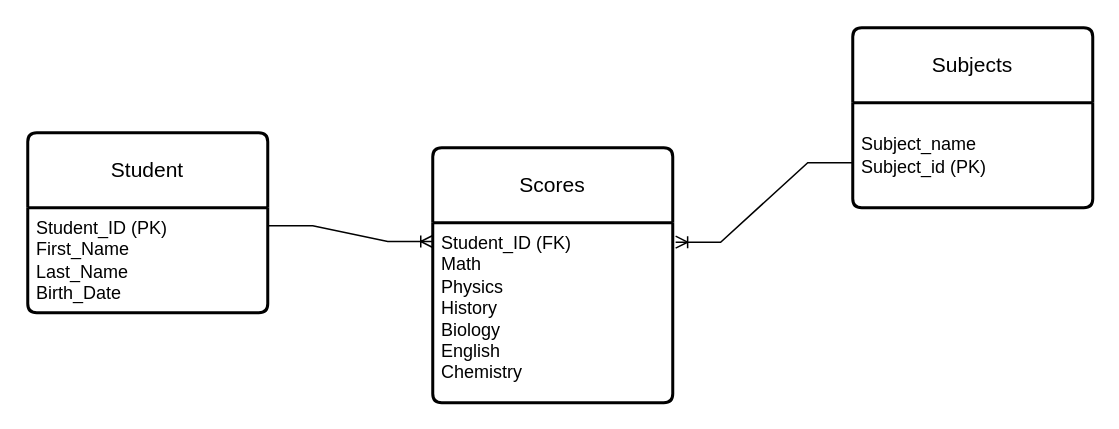
The draw.io diagram src/SQL/ER-Diagram.drawio in nhahub/NHA-114, before the edit. Source tidied: cells renumbered, new cells numbered last; positions are measured from the earlier drawing's top-left corner, leaving out a move shared by most shapes. Both pictures are drawn from the tidied source at 150%, with x=0, y=0 at pixel (27, 27).
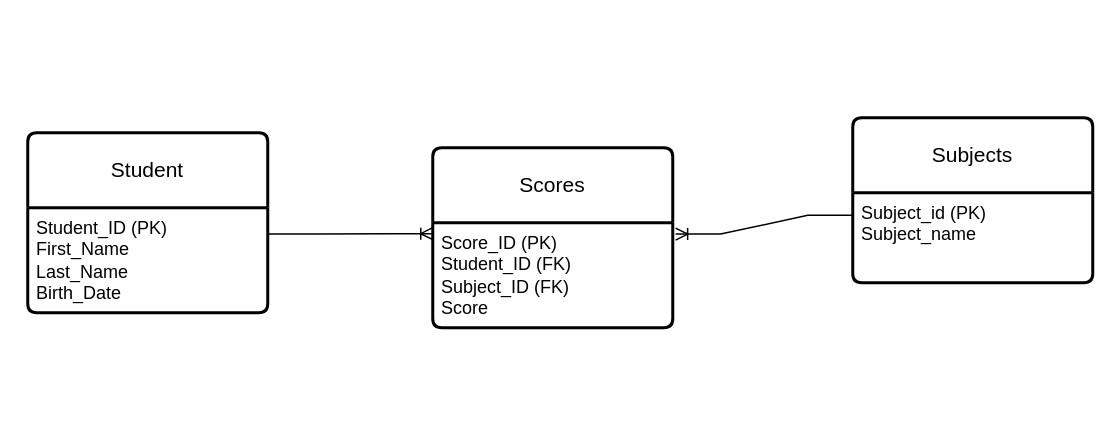
After the change.

What changed in the source:
```diff
@@
 <mxGraphModel background="#ffffff">
   <root>
     <mxCell id="0" />
     <mxCell id="1" parent="0" />
     <mxCell id="2" value="Student" style="swimlane;horizontal=1;startSize=50;rounded=1;fontSize=14;fontStyle=0;strokeWidth=2;shadow=0;dashed=0;align=center;arcSize=4;whiteSpace=wrap;html=1;" parent="1" vertex="1">
       <mxGeometry y="70" width="160" height="120" as="geometry" />
     </mxCell>
     <mxCell id="3" value="Student_ID (PK)&lt;div&gt;First_Name&lt;/div&gt;&lt;div&gt;Last_Name&lt;/div&gt;&lt;div&gt;Birth_Date&lt;/div&gt;" style="align=left;strokeColor=none;fillColor=none;spacingLeft=4;spacingRight=4;fontSize=12;verticalAlign=top;html=1;whiteSpace=wrap;" parent="2" vertex="1">
       <mxGeometry y="50" width="160" height="70" as="geometry" />
     </mxCell>
     <mxCell id="4" value="Subjects" style="swimlane;horizontal=1;startSize=50;rounded=1;fontSize=14;fontStyle=0;strokeWidth=2;shadow=0;dashed=0;align=center;arcSize=4;whiteSpace=wrap;html=1;" parent="1" vertex="1">
-      <mxGeometry x="550" width="160" height="120" as="geometry" />
+      <mxGeometry x="550" y="60" width="160" height="110" as="geometry" />
     </mxCell>
-    <mxCell id="5" value="&lt;br&gt;&lt;div&gt;Subject_name&lt;div&gt;Subject_id (PK)&lt;/div&gt;&lt;/div&gt;" style="align=left;strokeColor=none;fillColor=none;spacingLeft=4;spacingRight=4;fontSize=12;verticalAlign=top;html=1;whiteSpace=wrap;" parent="4" vertex="1">
-      <mxGeometry y="50" width="160" height="70" as="geometry" />
+    <mxCell id="5" value="Subject_id (PK)&lt;br&gt;&lt;div&gt;Subject_name&lt;/div&gt;" style="align=left;strokeColor=none;fillColor=none;spacingLeft=4;spacingRight=4;fontSize=12;verticalAlign=top;html=1;whiteSpace=wrap;" parent="4" vertex="1">
+      <mxGeometry y="50" width="160" height="60" as="geometry" />
     </mxCell>
     <mxCell id="6" value="Scores" style="swimlane;horizontal=1;startSize=50;rounded=1;fontSize=14;fontStyle=0;strokeWidth=2;shadow=0;dashed=0;align=center;arcSize=4;whiteSpace=wrap;html=1;" parent="1" vertex="1">
-      <mxGeometry x="270" y="80" width="160" height="170" as="geometry" />
+      <mxGeometry x="270" y="80" width="160" height="120" as="geometry" />
     </mxCell>
-    <mxCell id="7" value="Student_ID (FK)&lt;div&gt;Math&lt;/div&gt;&lt;div&gt;Physics&lt;/div&gt;&lt;div&gt;History&lt;/div&gt;&lt;div&gt;Biology&lt;/div&gt;&lt;div&gt;English&lt;/div&gt;&lt;div&gt;Chemistry&lt;/div&gt;" style="align=left;strokeColor=none;fillColor=none;spacingLeft=4;spacingRight=4;fontSize=12;verticalAlign=top;html=1;whiteSpace=wrap;" parent="6" vertex="1">
-      <mxGeometry y="50" width="160" height="120" as="geometry" />
+    <mxCell id="7" value="&lt;div&gt;&lt;span style=&quot;background-color: transparent; color: light-dark(rgb(0, 0, 0), rgb(255, 255, 255));&quot;&gt;Score_ID (PK)&lt;/span&gt;&lt;/div&gt;&lt;div&gt;&lt;span style=&quot;background-color: transparent; color: light-dark(rgb(0, 0, 0), rgb(255, 255, 255));&quot;&gt;Student_ID (FK)&lt;/span&gt;&lt;/div&gt;&lt;div&gt;Subject_ID (FK)&lt;/div&gt;&lt;div&gt;Score&lt;/div&gt;" style="align=left;strokeColor=none;fillColor=none;spacingLeft=4;spacingRight=4;fontSize=12;verticalAlign=top;html=1;whiteSpace=wrap;" parent="6" vertex="1">
+      <mxGeometry y="50" width="160" height="70" as="geometry" />
     </mxCell>
-    <mxCell id="8" style="edgeStyle=entityRelationEdgeStyle;fontSize=12;html=1;endArrow=ERoneToMany;rounded=0;entryX=0;entryY=0.104;entryDx=0;entryDy=0;entryPerimeter=0;" parent="1" edge="1" target="7">
-      <mxGeometry relative="1" as="geometry">
-        <mxPoint x="160" y="132" as="sourcePoint" />
-      </mxGeometry>
+    <mxCell id="8" style="edgeStyle=entityRelationEdgeStyle;fontSize=12;html=1;endArrow=ERoneToMany;rounded=0;entryX=0;entryY=0.104;entryDx=0;entryDy=0;entryPerimeter=0;exitX=1;exitY=0.25;exitDx=0;exitDy=0;" parent="1" edge="1" source="3" target="7">
+      <mxGeometry relative="1" as="geometry" />
     </mxCell>
-    <mxCell id="9" style="edgeStyle=entityRelationEdgeStyle;fontSize=12;html=1;endArrow=ERoneToMany;rounded=0;exitX=0;exitY=0.571;exitDx=0;exitDy=0;exitPerimeter=0;entryX=1.012;entryY=0.108;entryDx=0;entryDy=0;entryPerimeter=0;" parent="1" edge="1" source="5" target="7">
+    <mxCell id="9" style="edgeStyle=entityRelationEdgeStyle;fontSize=12;html=1;endArrow=ERoneToMany;rounded=0;entryX=1.012;entryY=0.108;entryDx=0;entryDy=0;entryPerimeter=0;exitX=0;exitY=0.25;exitDx=0;exitDy=0;" parent="1" edge="1" source="5" target="7">
       <mxGeometry relative="1" as="geometry" />
     </mxCell>
   </root>
 </mxGraphModel>
```
